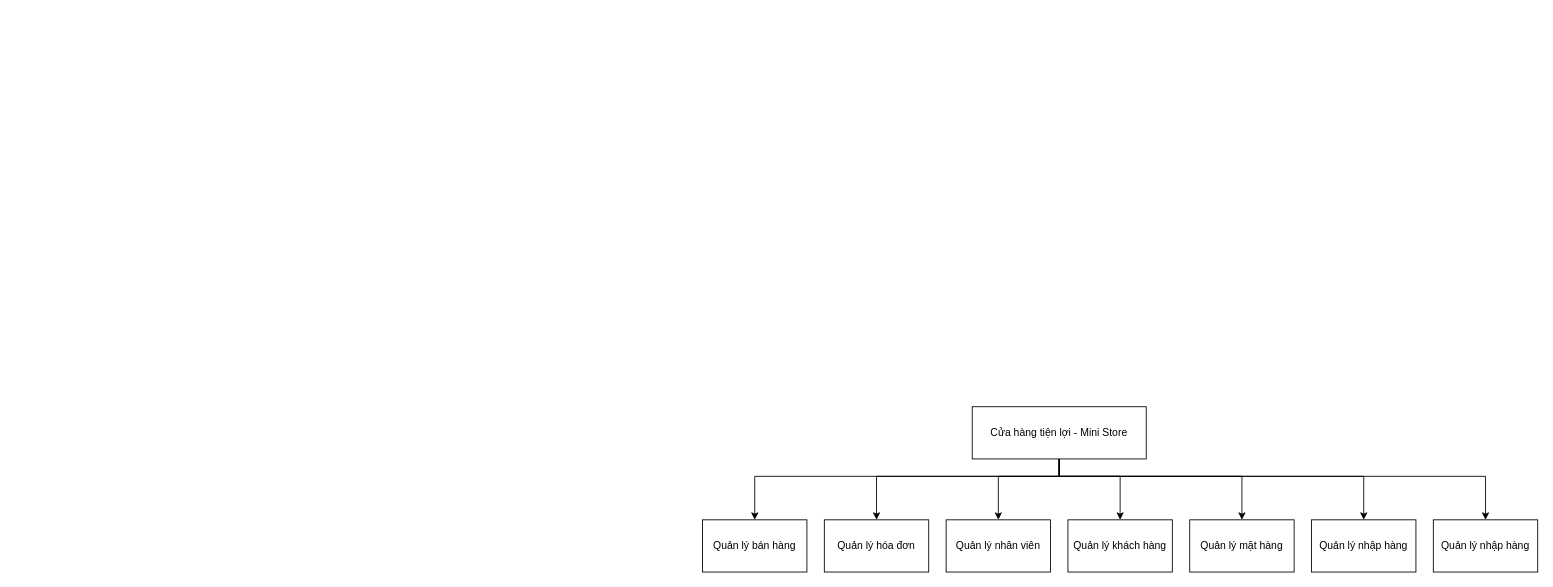
Before: page "BFD Mức 1" (1 of 7) of Document/ĐồÁn/Diagram/Sơ đồ chức năng ministore.drawio in EdgarIgnite16/HTTTDN-Project, a draw.io diagram. Source tidied: cells renumbered, new cells numbered last; positions are measured from the earlier drawing's top-left corner, leaving out a move shared by most shapes. Both pictures are drawn from the tidied source at 87%, with x=0, y=0 at pixel (702, 406).
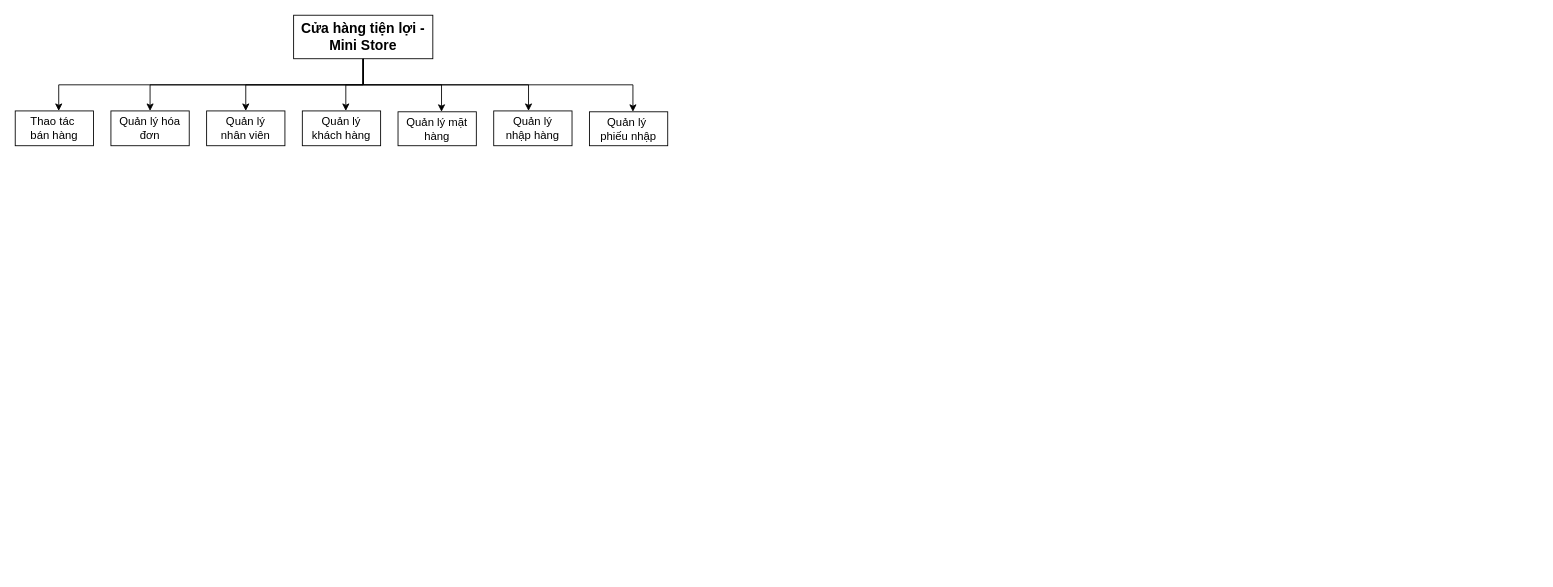
The same page after the edit.

The edit, as a diff of the source:
```diff
@@
     <mxCell id="2" style="edgeStyle=orthogonalEdgeStyle;rounded=0;jettySize=auto;html=1;" parent="1" edge="1" source="8" target="14">
       <mxGeometry relative="1" as="geometry">
         <Array as="points">
-          <mxPoint x="410" y="80" />
-          <mxPoint x="480" y="80" />
+          <mxPoint x="-390" y="-370" />
+          <mxPoint x="-410" y="-370" />
         </Array>
       </mxGeometry>
     </mxCell>
     <mxCell id="3" style="edgeStyle=orthogonalEdgeStyle;rounded=0;jettySize=auto;html=1;" parent="1" edge="1" source="8" target="12">
       <mxGeometry relative="1" as="geometry">
         <Array as="points">
-          <mxPoint x="410" y="80" />
-          <mxPoint x="620" y="80" />
+          <mxPoint x="-390" y="-370" />
+          <mxPoint x="-300" y="-370" />
         </Array>
       </mxGeometry>
     </mxCell>
-    <mxCell id="4" style="edgeStyle=orthogonalEdgeStyle;rounded=0;jettySize=auto;html=1;" parent="1" edge="1" source="8" target="13">
-      <mxGeometry relative="1" as="geometry">
-        <Array as="points">
-          <mxPoint x="410" y="80" />
-          <mxPoint x="760" y="80" />
-        </Array>
-      </mxGeometry>
-    </mxCell>
+    <mxCell id="17" style="edgeStyle=orthogonalEdgeStyle;rounded=0;jettySize=auto;html=1;" parent="1" edge="1" source="8" target="20">
+      <mxGeometry relative="1" as="geometry">
+        <Array as="points">
+          <mxPoint x="-390" y="-370" />
+          <mxPoint x="-200" y="-370" />
+        </Array>
+      </mxGeometry>
+    </mxCell>
     <mxCell id="5" style="edgeStyle=orthogonalEdgeStyle;rounded=0;jettySize=auto;html=1;" parent="1" edge="1" source="8" target="11">
       <mxGeometry relative="1" as="geometry">
         <Array as="points">
-          <mxPoint x="410" y="80" />
-          <mxPoint x="340" y="80" />
+          <mxPoint x="-390" y="-370" />
+          <mxPoint x="-525" y="-370" />
         </Array>
       </mxGeometry>
     </mxCell>
     <mxCell id="6" style="edgeStyle=orthogonalEdgeStyle;rounded=0;jettySize=auto;html=1;" parent="1" edge="1" source="8" target="10">
       <mxGeometry relative="1" as="geometry">
         <Array as="points">
-          <mxPoint x="410" y="80" />
-          <mxPoint x="200" y="80" />
+          <mxPoint x="-390" y="-370" />
+          <mxPoint x="-635" y="-370" />
         </Array>
       </mxGeometry>
     </mxCell>
-    <mxCell id="7" style="edgeStyle=orthogonalEdgeStyle;rounded=0;jettySize=auto;html=1;" parent="1" edge="1" source="8" target="9">
-      <mxGeometry relative="1" as="geometry">
-        <Array as="points">
-          <mxPoint x="410" y="80" />
-          <mxPoint x="60" y="80" />
-        </Array>
-      </mxGeometry>
-    </mxCell>
+    <mxCell id="18" style="edgeStyle=orthogonalEdgeStyle;rounded=0;jettySize=auto;html=1;" parent="1" edge="1" source="8" target="19">
+      <mxGeometry relative="1" as="geometry">
+        <Array as="points">
+          <mxPoint x="-390" y="-370" />
+          <mxPoint x="-740" y="-370" />
+        </Array>
+      </mxGeometry>
+    </mxCell>
-    <mxCell id="8" value="Cửa hàng tiện lợi - Mini Store" style="rounded=0;whiteSpace=wrap;html=1;" parent="1" vertex="1">
-      <mxGeometry x="310" width="200" height="60" as="geometry" />
+    <mxCell id="8" value="&lt;font size=&quot;1&quot; style=&quot;&quot;&gt;&lt;b style=&quot;font-size: 16px;&quot;&gt;Cửa hàng tiện lợi - Mini Store&lt;/b&gt;&lt;/font&gt;" style="rounded=0;whiteSpace=wrap;html=1;" parent="1" vertex="1">
+      <mxGeometry x="-470" y="-450" width="160" height="50" as="geometry" />
     </mxCell>
-    <mxCell id="9" value="Quản lý bán hàng" style="rounded=0;whiteSpace=wrap;html=1;" parent="1" vertex="1">
-      <mxGeometry y="130" width="120" height="60" as="geometry" />
-    </mxCell>
+    <mxCell id="19" value="Thao tác&amp;nbsp;&lt;div&gt;bán hàng&lt;/div&gt;" style="rounded=0;whiteSpace=wrap;html=1;fontSize=13;spacingTop=4;spacing=4;spacingRight=4;spacingBottom=4;spacingLeft=4;" parent="1" vertex="1">
+      <mxGeometry x="-790" y="-340" width="90" height="40" as="geometry" />
+    </mxCell>
-    <mxCell id="10" value="Quản lý hóa đơn" style="whiteSpace=wrap;html=1;rounded=0;" parent="1" vertex="1">
-      <mxGeometry x="140" y="130" width="120" height="60" as="geometry" />
+    <mxCell id="10" value="Quản lý hóa đơn" style="whiteSpace=wrap;html=1;rounded=0;fontSize=13;spacingTop=4;spacing=4;spacingRight=4;spacingBottom=4;spacingLeft=4;" parent="1" vertex="1">
+      <mxGeometry x="-680" y="-340" width="90" height="40" as="geometry" />
     </mxCell>
-    <mxCell id="11" value="Quản lý nhân viên" style="whiteSpace=wrap;html=1;rounded=0;" parent="1" vertex="1">
-      <mxGeometry x="280" y="130" width="120" height="60" as="geometry" />
+    <mxCell id="11" value="Quản lý nhân viên" style="whiteSpace=wrap;html=1;rounded=0;fontSize=13;spacingTop=4;spacing=4;spacingRight=4;spacingBottom=4;spacingLeft=4;" parent="1" vertex="1">
+      <mxGeometry x="-570" y="-340" width="90" height="40" as="geometry" />
     </mxCell>
-    <mxCell id="12" value="Quản lý mặt hàng" style="whiteSpace=wrap;html=1;rounded=0;" parent="1" vertex="1">
-      <mxGeometry x="560" y="130" width="120" height="60" as="geometry" />
+    <mxCell id="12" value="Quản lý mặt hàng" style="whiteSpace=wrap;html=1;rounded=0;fontSize=13;spacingTop=4;spacing=4;spacingRight=4;spacingBottom=4;spacingLeft=4;" parent="1" vertex="1">
+      <mxGeometry x="-350" y="-339" width="90" height="39" as="geometry" />
     </mxCell>
-    <mxCell id="13" value="Quản lý nhập hàng" style="whiteSpace=wrap;html=1;rounded=0;" parent="1" vertex="1">
-      <mxGeometry x="700" y="130" width="120" height="60" as="geometry" />
-    </mxCell>
+    <mxCell id="20" value="Quản lý nhập hàng" style="whiteSpace=wrap;html=1;rounded=0;fontSize=13;spacingTop=4;spacing=4;spacingRight=4;spacingBottom=4;spacingLeft=4;" parent="1" vertex="1">
+      <mxGeometry x="-240" y="-340" width="90" height="40" as="geometry" />
+    </mxCell>
-    <mxCell id="14" value="Quản lý khách hàng" style="whiteSpace=wrap;html=1;rounded=0;" parent="1" vertex="1">
-      <mxGeometry x="420" y="130" width="120" height="60" as="geometry" />
+    <mxCell id="14" value="Quản lý khách hàng" style="whiteSpace=wrap;html=1;rounded=0;fontSize=13;spacingTop=4;spacing=4;spacingRight=4;spacingBottom=4;spacingLeft=4;" parent="1" vertex="1">
+      <mxGeometry x="-460" y="-340" width="90" height="40" as="geometry" />
     </mxCell>
-    <mxCell id="15" value="Quản lý nhập hàng" style="whiteSpace=wrap;html=1;rounded=0;" parent="1" vertex="1">
-      <mxGeometry x="840" y="130" width="120" height="60" as="geometry" />
-    </mxCell>
-    <mxCell id="16" style="edgeStyle=orthogonalEdgeStyle;rounded=0;jettySize=auto;html=1;" parent="1" edge="1" source="8" target="15">
-      <mxGeometry relative="1" as="geometry">
-        <Array as="points">
-          <mxPoint x="410" y="80" />
-          <mxPoint x="900" y="80" />
-        </Array>
-      </mxGeometry>
-    </mxCell>
+    <mxCell id="21" value="Quản lý&amp;nbsp;&lt;div&gt;phiếu nhập&lt;/div&gt;" style="whiteSpace=wrap;html=1;rounded=0;fontSize=13;spacingTop=4;spacing=4;spacingRight=4;spacingBottom=4;spacingLeft=4;" parent="1" vertex="1">
+      <mxGeometry x="-130" y="-339" width="90" height="39" as="geometry" />
+    </mxCell>
+    <mxCell id="22" style="edgeStyle=orthogonalEdgeStyle;rounded=0;jettySize=auto;html=1;" parent="1" edge="1" source="8" target="21">
+      <mxGeometry relative="1" as="geometry">
+        <Array as="points">
+          <mxPoint x="-390" y="-370" />
+          <mxPoint x="-80" y="-370" />
+        </Array>
+      </mxGeometry>
+    </mxCell>
```
